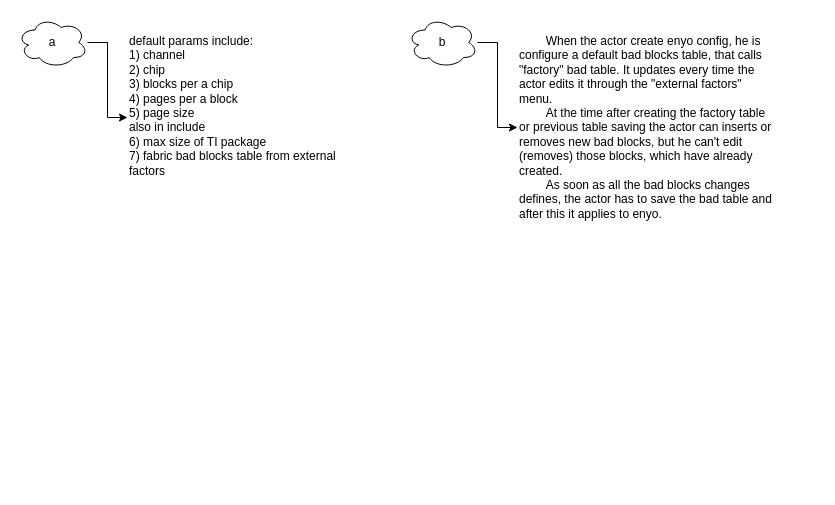
The draw.io diagram page "Page-2" (2 of 2) of enyoM ui.drawio in embrace0feternity/blablabla, before the edit. Source tidied: cells renumbered, new cells numbered last; positions are measured from the earlier drawing's top-left corner, leaving out a move shared by most shapes. Both pictures are drawn from the tidied source at 100%, with x=0, y=0 at pixel (17, 17).
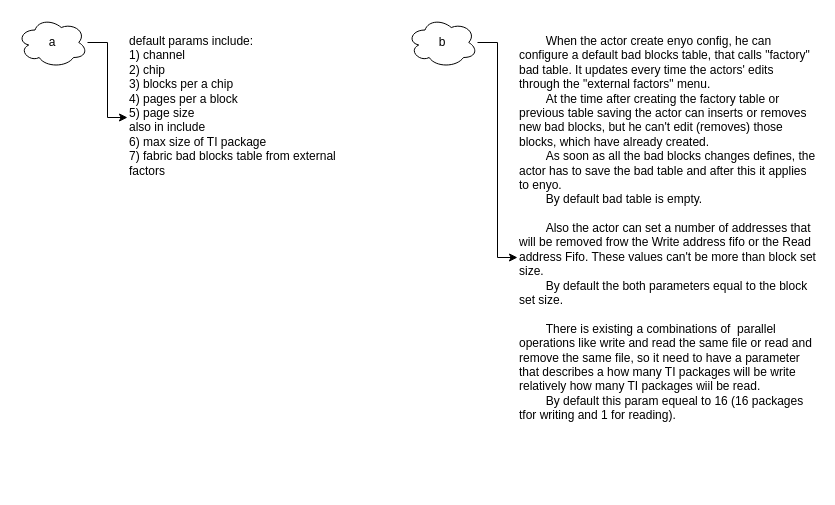
Above is the later version.

Change to the diagram source:
```diff
@@
 <mxGraphModel>
   <root>
     <mxCell id="0" />
     <mxCell id="1" parent="0" />
     <mxCell id="2" style="edgeStyle=orthogonalEdgeStyle;rounded=0;jettySize=auto;html=1;" parent="1" edge="1" source="3" target="4">
       <mxGeometry relative="1" as="geometry" />
     </mxCell>
     <mxCell id="3" value="a" style="ellipse;shape=cloud;whiteSpace=wrap;html=1;" parent="1" vertex="1">
       <mxGeometry width="70" height="50" as="geometry" />
     </mxCell>
     <mxCell id="4" value="&lt;div&gt;default params include:&lt;/div&gt;&lt;div&gt;1) channel&lt;/div&gt;&lt;div&gt;2) chip&lt;/div&gt;&lt;div&gt;3) blocks per a chip&lt;/div&gt;&lt;div&gt;4) pages per a block&lt;/div&gt;&lt;div&gt;5) page size&lt;/div&gt;&lt;div&gt;also in include &lt;br&gt;&lt;/div&gt;&lt;div&gt;6) max size of TI package&lt;/div&gt;&lt;div&gt;7) fabric bad blocks table from external factors&lt;br&gt;&lt;/div&gt;" style="text;html=1;align=left;verticalAlign=top;whiteSpace=wrap;rounded=0;" parent="1" vertex="1">
       <mxGeometry x="110" y="10" width="210" height="180" as="geometry" />
     </mxCell>
     <mxCell id="5" style="edgeStyle=orthogonalEdgeStyle;rounded=0;jettySize=auto;html=1;" parent="1" edge="1" source="6" target="7">
       <mxGeometry relative="1" as="geometry" />
     </mxCell>
     <mxCell id="6" value="b" style="ellipse;shape=cloud;whiteSpace=wrap;html=1;" parent="1" vertex="1">
       <mxGeometry x="390" width="70" height="50" as="geometry" />
     </mxCell>
-    <mxCell id="7" value="&lt;div&gt;&lt;span style=&quot;white-space: pre;&quot;&gt;&#9;&lt;/span&gt;When the actor create enyo config, he is configure a default bad blocks table, that calls &quot;factory&quot; bad table. It updates every time the actor edits it through the &quot;external factors&quot; menu.&lt;/div&gt;&lt;div&gt;&lt;span style=&quot;white-space: pre;&quot;&gt;&#9;&lt;/span&gt;At the time after creating the factory table or previous table saving the actor can inserts or removes new bad blocks, but he can't edit (removes) those blocks, which have already created.&lt;/div&gt;&lt;div&gt;&lt;span style=&quot;white-space: pre;&quot;&gt;&#9;&lt;/span&gt;As soon as all the bad blocks changes defines, the actor has to save the bad table and after this it applies to enyo.&lt;br&gt;&lt;/div&gt;&lt;span style=&quot;white-space: pre;&quot;&gt;&lt;/span&gt;" style="text;html=1;align=left;verticalAlign=top;whiteSpace=wrap;rounded=0;" parent="1" vertex="1">
-      <mxGeometry x="500" y="10" width="260" height="200" as="geometry" />
+    <mxCell id="7" value="&lt;div&gt;&lt;span style=&quot;white-space: pre;&quot;&gt;&#9;&lt;/span&gt;When the actor create enyo config, he can configure a default bad blocks table, that calls &quot;factory&quot; bad table. It updates every time the actors' edits through the &quot;external factors&quot; menu.&lt;/div&gt;&lt;div&gt;&lt;span style=&quot;white-space: pre;&quot;&gt;&#9;&lt;/span&gt;At the time after creating the factory table or previous table saving the actor can inserts or removes new bad blocks, but he can't edit (removes) those blocks, which have already created.&lt;/div&gt;&lt;div&gt;&lt;span style=&quot;white-space: pre;&quot;&gt;&#9;&lt;/span&gt;As soon as all the bad blocks changes defines, the actor has to save the bad table and after this it applies to enyo.&lt;br&gt;&lt;/div&gt;&lt;div&gt;&lt;span style=&quot;white-space: pre;&quot;&gt;&#9;&lt;/span&gt;By default bad table is empty.&lt;br&gt;&lt;/div&gt;&lt;div&gt;&lt;span style=&quot;white-space: pre;&quot;&gt;&#9;&lt;/span&gt;&lt;br&gt;&lt;/div&gt;&lt;div&gt;&lt;span style=&quot;white-space: pre;&quot;&gt;&#9;&lt;/span&gt;Also the actor can set a number of addresses that will be removed frow the Write address fifo or the Read address Fifo. These values can't be more than block set size.&amp;nbsp;&lt;/div&gt;&lt;div&gt;&lt;span style=&quot;white-space: pre;&quot;&gt;&#9;&lt;/span&gt;By default the both parameters equal to the block set size.&lt;br&gt;&lt;/div&gt;&lt;div&gt;&lt;br&gt;&lt;/div&gt;&lt;div&gt;&lt;span style=&quot;white-space: pre;&quot;&gt;&#9;&lt;/span&gt;There is existing a combinations of&amp;nbsp; parallel operations like write and read the same file or read and remove the same file, so it need to have a parameter that describes a how many TI packages will be write relatively how many TI packages wiil be read.&lt;br&gt;&lt;span style=&quot;white-space: pre;&quot;&gt;&#9;&lt;/span&gt;By default this param equeal to 16 (16 packages tfor writing and 1 for reading).&lt;br&gt;&lt;/div&gt;&lt;div&gt;&lt;br&gt;&lt;/div&gt;&lt;div&gt;&lt;span style=&quot;white-space: pre;&quot;&gt;&#9;&lt;/span&gt;&lt;br&gt;&lt;/div&gt;&lt;span style=&quot;white-space: pre;&quot;&gt;&lt;/span&gt;" style="text;html=1;align=left;verticalAlign=top;whiteSpace=wrap;rounded=0;" parent="1" vertex="1">
+      <mxGeometry x="500" y="10" width="300" height="460" as="geometry" />
     </mxCell>
   </root>
 </mxGraphModel>
```
